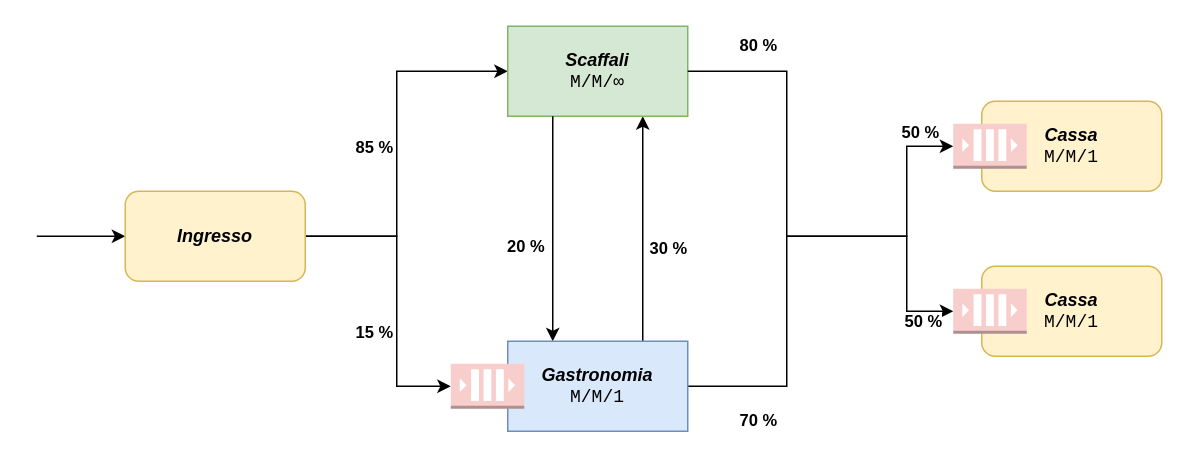
Earlier version of the draw.io diagram imgs/modello.drawio (CristianCosci/SupermarketSimulator). Source tidied: cells renumbered, new cells numbered last; positions are measured from the earlier drawing's top-left corner, leaving out a move shared by most shapes. Both pictures are drawn from the tidied source at 150%, with x=0, y=0 at pixel (36, 26).
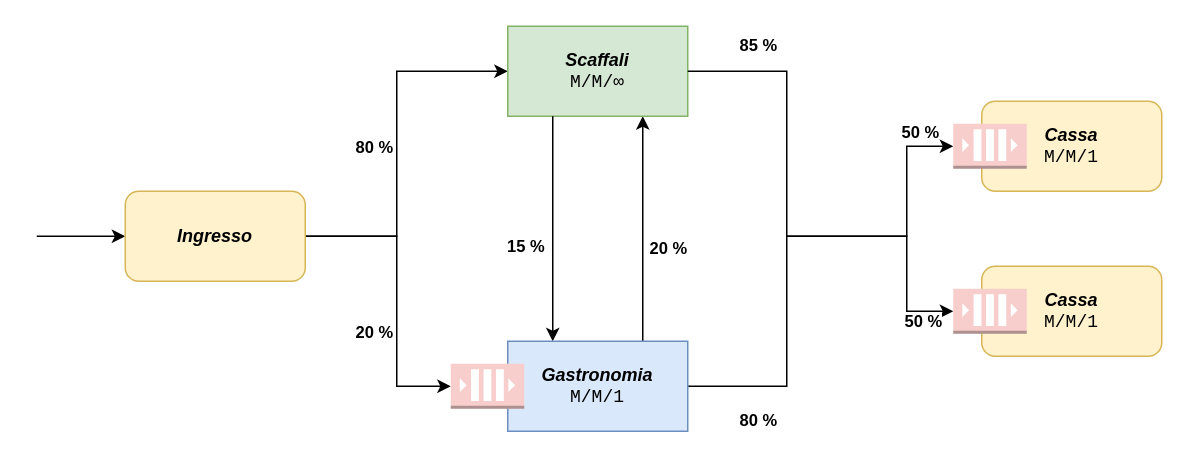
The same diagram, later.

Unchanged cells that the change refers to:
```xml
<mxCell id="2" style="rounded=0;jettySize=auto;html=1;entryX=0;entryY=0.5;entryDx=0;entryDy=0;exitX=1;exitY=0.5;exitDx=0;exitDy=0;edgeStyle=orthogonalEdgeStyle;" parent="1" edge="1" source="7" target="10">
  <mxGeometry relative="1" as="geometry">
    <Array as="points">
      <mxPoint x="240" y="140" />
      <mxPoint x="240" y="30" />
    </Array>
  </mxGeometry>
</mxCell>
<mxCell id="4" style="edgeStyle=orthogonalEdgeStyle;rounded=0;jettySize=auto;html=1;entryX=0;entryY=0.5;entryDx=0;entryDy=0;exitX=1;exitY=0.5;exitDx=0;exitDy=0;entryPerimeter=0;" parent="1" edge="1" source="7" target="22">
  <mxGeometry relative="1" as="geometry">
    <Array as="points">
      <mxPoint x="240" y="140" />
      <mxPoint x="240" y="240" />
    </Array>
  </mxGeometry>
</mxCell>
<mxCell id="8" style="edgeStyle=none;rounded=0;jettySize=auto;html=1;entryX=0.75;entryY=0;entryDx=0;entryDy=0;startArrow=classic;startFill=1;endArrow=none;endFill=0;exitX=0.75;exitY=1;exitDx=0;exitDy=0;" parent="1" edge="1" source="10" target="21">
  <mxGeometry relative="1" as="geometry" />
</mxCell>
<mxCell id="11" style="edgeStyle=none;rounded=0;jettySize=auto;html=1;entryX=0.25;entryY=1;entryDx=0;entryDy=0;startArrow=classic;startFill=1;endArrow=none;endFill=0;exitX=0.25;exitY=0;exitDx=0;exitDy=0;" parent="1" edge="1" source="21" target="10">
  <mxGeometry relative="1" as="geometry" />
</mxCell>
<mxCell id="14" style="edgeStyle=orthogonalEdgeStyle;rounded=0;jettySize=auto;html=1;startArrow=none;startFill=0;endArrow=classic;endFill=1;exitX=1;exitY=0.5;exitDx=0;exitDy=0;elbow=vertical;" parent="1" edge="1" source="10" target="25">
  <mxGeometry relative="1" as="geometry">
    <Array as="points">
      <mxPoint x="500" y="30" />
      <mxPoint x="500" y="140" />
      <mxPoint x="580" y="140" />
      <mxPoint x="580" y="80" />
    </Array>
  </mxGeometry>
</mxCell>
<mxCell id="17" style="edgeStyle=orthogonalEdgeStyle;rounded=0;jettySize=auto;html=1;startArrow=none;startFill=0;endArrow=classic;endFill=1;exitX=1;exitY=0.5;exitDx=0;exitDy=0;entryX=0;entryY=0.5;entryDx=0;entryDy=0;entryPerimeter=0;" parent="1" edge="1" source="21" target="28">
  <mxGeometry relative="1" as="geometry">
    <Array as="points">
      <mxPoint x="500" y="240" />
      <mxPoint x="500" y="140" />
      <mxPoint x="580" y="140" />
      <mxPoint x="580" y="190" />
    </Array>
  </mxGeometry>
</mxCell>
```

Diff of the diagram source:
```diff
@@
-    <mxCell id="3" value="85 %" style="edgeLabel;html=1;align=center;verticalAlign=middle;fontStyle=1;" parent="2" vertex="1">
+    <mxCell id="3" value="80 %" style="edgeLabel;html=1;align=center;verticalAlign=middle;fontStyle=1;" parent="2" vertex="1">
       <mxGeometry x="-0.13" y="-2" relative="1" as="geometry">
         <mxPoint x="-18" y="-14" as="offset" />
       </mxGeometry>
     </mxCell>
@@
-    <mxCell id="5" value="15 %" style="edgeLabel;html=1;align=center;verticalAlign=middle;fontStyle=1;" parent="4" vertex="1">
+    <mxCell id="5" value="20 %" style="edgeLabel;html=1;align=center;verticalAlign=middle;fontStyle=1;" parent="4" vertex="1">
       <mxGeometry x="0.13" y="-1" relative="1" as="geometry">
         <mxPoint x="-15" y="13" as="offset" />
       </mxGeometry>
     </mxCell>
@@
-    <mxCell id="9" value="30 %" style="edgeLabel;html=1;align=center;verticalAlign=middle;rotation=0;fontStyle=1;" parent="8" vertex="1">
+    <mxCell id="9" value="20 %" style="edgeLabel;html=1;align=center;verticalAlign=middle;rotation=0;fontStyle=1;" parent="8" vertex="1">
       <mxGeometry x="0.16" y="1" relative="1" as="geometry">
         <mxPoint x="15" as="offset" />
       </mxGeometry>
     </mxCell>
@@
-    <mxCell id="12" value="20 %" style="edgeLabel;html=1;align=center;verticalAlign=middle;fontStyle=1;" parent="11" vertex="1">
+    <mxCell id="12" value="15 %" style="edgeLabel;html=1;align=center;verticalAlign=middle;fontStyle=1;" parent="11" vertex="1">
       <mxGeometry x="-0.15" y="-1" relative="1" as="geometry">
         <mxPoint x="-20" as="offset" />
       </mxGeometry>
     </mxCell>
@@
-    <mxCell id="15" value="80 %" style="edgeLabel;html=1;align=center;verticalAlign=middle;fontStyle=1;" parent="14" vertex="1">
+    <mxCell id="15" value="85 %" style="edgeLabel;html=1;align=center;verticalAlign=middle;fontStyle=1;" parent="14" vertex="1">
       <mxGeometry x="-0.17" relative="1" as="geometry">
         <mxPoint x="-20" y="-96" as="offset" />
       </mxGeometry>
     </mxCell>
@@
-    <mxCell id="18" value="70 %" style="edgeLabel;html=1;align=center;verticalAlign=middle;fontStyle=1;" parent="17" vertex="1">
+    <mxCell id="18" value="80 %" style="edgeLabel;html=1;align=center;verticalAlign=middle;fontStyle=1;" parent="17" vertex="1">
       <mxGeometry x="-0.27" y="-2" relative="1" as="geometry">
         <mxPoint x="-22" y="75" as="offset" />
       </mxGeometry>
     </mxCell>
```
